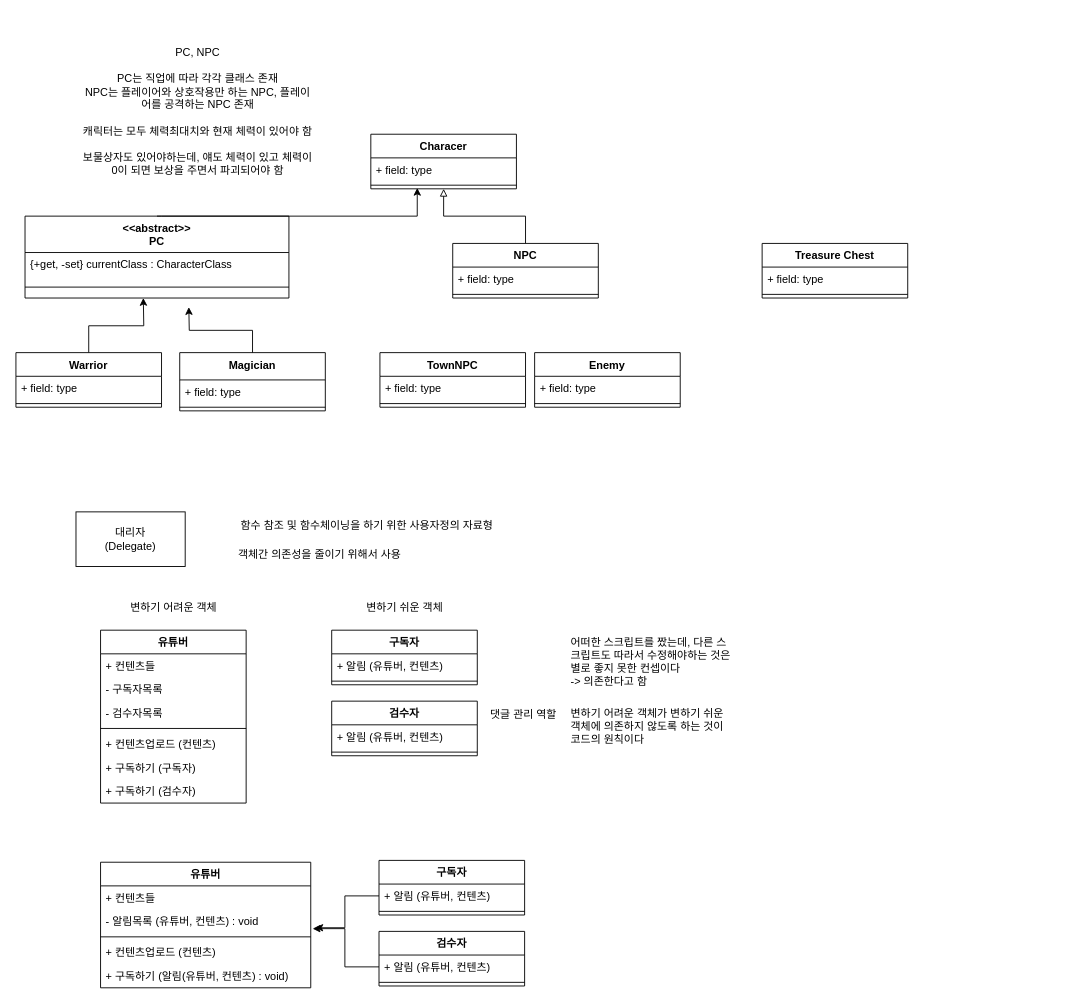
This is CsharpBasic.drawio from Unity-Boot-Camp-13th/CSharp-basic, a draw.io file, before an edit. Source tidied: cells renumbered, new cells numbered last; positions are measured from the earlier drawing's top-left corner, leaving out a move shared by most shapes. Both pictures are drawn from the tidied source at 91%, with x=0, y=0 at pixel (15, 43).
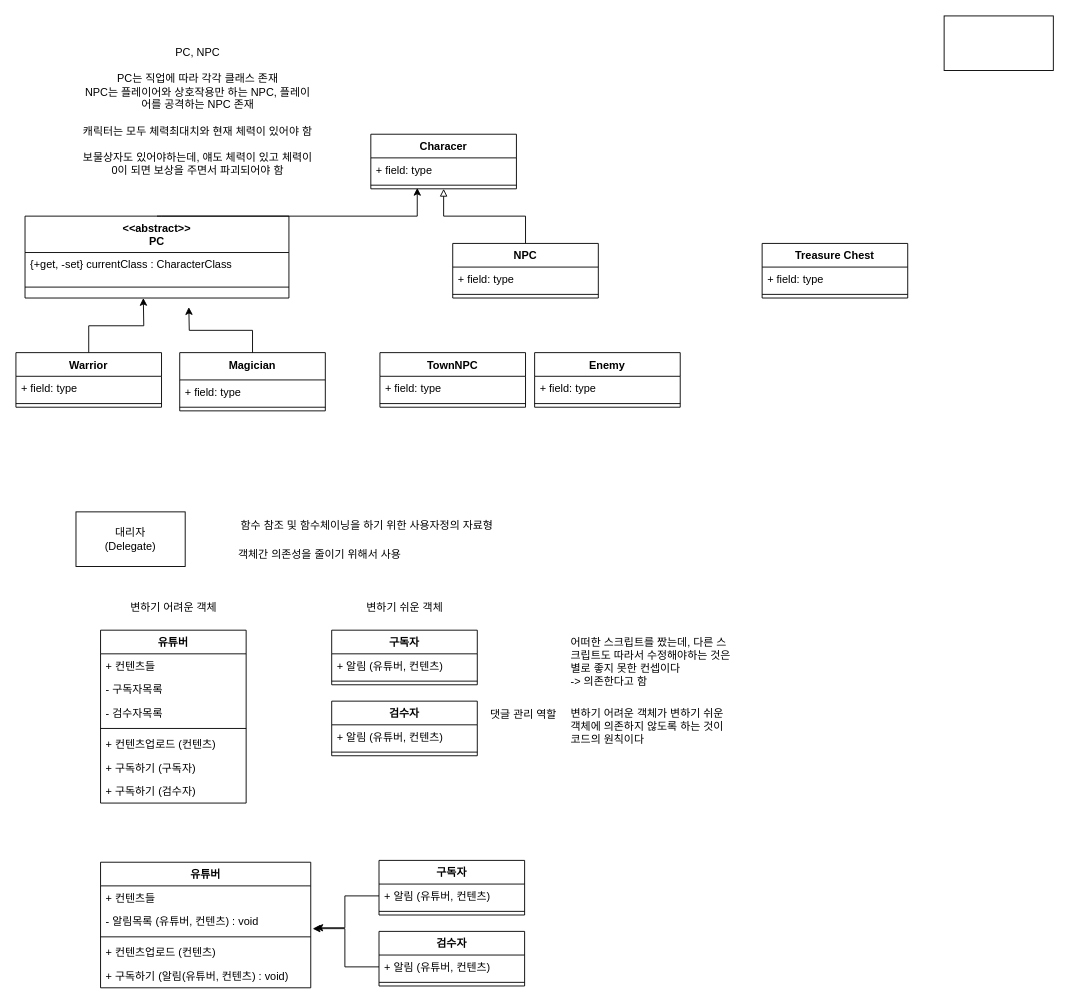
The same diagram, later.

The edit, as a diff of the source:
```diff
@@
+    <mxCell id="67" style="rounded=0;whiteSpace=wrap;html=1;" parent="1" vertex="1">
+      <mxGeometry x="1020" y="-30" width="120" height="60" as="geometry" />
+    </mxCell>
```
